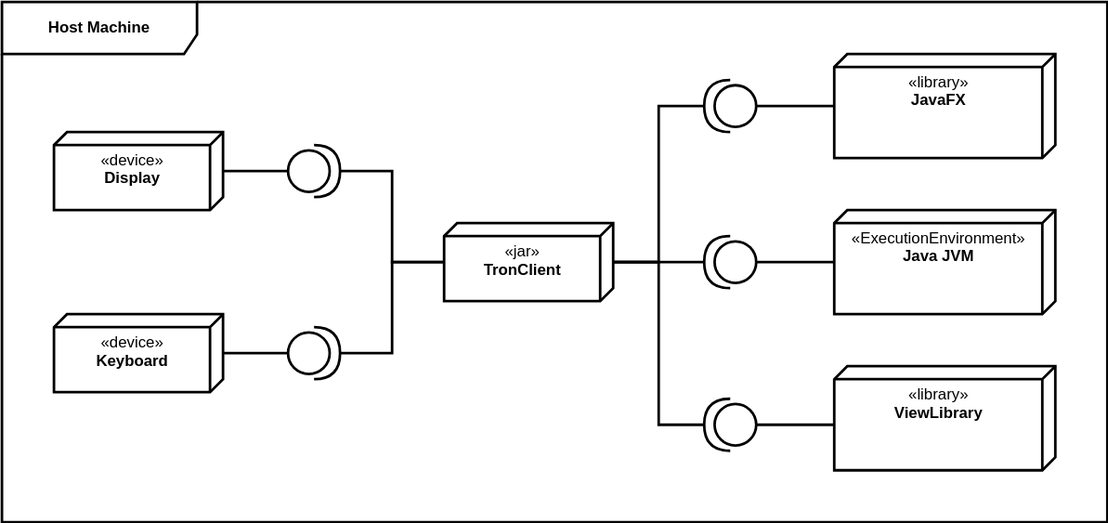
The draw.io diagram docs/diagrams/application/TechnicalContext.drawio.svg in HaniAlshikh/tron, before a commit. Source tidied: cells renumbered, new cells last; positions are measured from the earlier drawing's top-left corner, leaving out a move shared by most shapes. The source it was exported from:
```xml
<mxGraphModel background="#ffffff">
  <root>
    <mxCell id="0" />
    <mxCell id="1" parent="0" />
    <mxCell id="2" value="&lt;b&gt;Host Machine&lt;/b&gt;" style="shape=umlFrame;whiteSpace=wrap;html=1;fontFamily=Helvetica;strokeWidth=2;align=center;verticalAlign=middle;width=150;height=40;" parent="1" vertex="1">
      <mxGeometry width="850" height="400" as="geometry" />
    </mxCell>
    <mxCell id="3" style="edgeStyle=orthogonalEdgeStyle;rounded=0;jettySize=auto;html=1;entryX=0;entryY=0.5;entryDx=0;entryDy=0;entryPerimeter=0;fontFamily=Helvetica;fontSize=12;endArrow=none;endFill=0;strokeWidth=2;" parent="1" edge="1" source="4" target="23">
      <mxGeometry relative="1" as="geometry" />
    </mxCell>
    <mxCell id="4" value="«device»&lt;br&gt;&lt;b&gt;Keyboard&lt;/b&gt;" style="verticalAlign=top;align=center;spacingTop=8;spacingLeft=2;spacingRight=12;shape=cube;size=10;direction=south;fontStyle=0;html=1;strokeWidth=2;" parent="1" vertex="1">
      <mxGeometry x="40" y="240" width="130" height="60" as="geometry" />
    </mxCell>
    <mxCell id="5" style="edgeStyle=orthogonalEdgeStyle;rounded=0;jettySize=auto;html=1;entryX=0;entryY=0.5;entryDx=0;entryDy=0;entryPerimeter=0;fontFamily=Helvetica;fontSize=12;endArrow=none;endFill=0;strokeWidth=2;" parent="1" edge="1" source="6" target="22">
      <mxGeometry relative="1" as="geometry" />
    </mxCell>
    <mxCell id="6" value="«device»&lt;br&gt;&lt;b&gt;Display&lt;/b&gt;" style="verticalAlign=top;align=center;spacingTop=8;spacingLeft=2;spacingRight=12;shape=cube;size=10;direction=south;fontStyle=0;html=1;strokeWidth=2;" parent="1" vertex="1">
      <mxGeometry x="40" y="100" width="130" height="60" as="geometry" />
    </mxCell>
    <mxCell id="7" style="edgeStyle=orthogonalEdgeStyle;rounded=0;jettySize=auto;html=1;entryX=0;entryY=0.5;entryDx=0;entryDy=0;entryPerimeter=0;fontFamily=Helvetica;fontSize=12;endArrow=none;endFill=0;strokeWidth=2;" parent="1" edge="1" source="8" target="19">
      <mxGeometry relative="1" as="geometry" />
    </mxCell>
    <mxCell id="8" value="«ExecutionEnvironment»&lt;br&gt;&lt;b&gt;Java JVM&lt;/b&gt;" style="verticalAlign=top;align=center;spacingTop=8;spacingLeft=2;spacingRight=12;shape=cube;size=10;direction=south;fontStyle=0;html=1;strokeWidth=2;" parent="1" vertex="1">
      <mxGeometry x="640" y="160" width="170" height="80" as="geometry" />
    </mxCell>
    <mxCell id="9" style="edgeStyle=orthogonalEdgeStyle;rounded=0;jettySize=auto;html=1;entryX=0;entryY=0.5;entryDx=0;entryDy=0;entryPerimeter=0;fontFamily=Helvetica;fontSize=12;endArrow=none;endFill=0;strokeWidth=2;" parent="1" edge="1" source="10" target="18">
      <mxGeometry relative="1" as="geometry" />
    </mxCell>
    <mxCell id="10" value="«library»&lt;br&gt;&lt;b&gt;JavaFX&lt;/b&gt;" style="verticalAlign=top;align=center;spacingTop=8;spacingLeft=2;spacingRight=12;shape=cube;size=10;direction=south;fontStyle=0;html=1;strokeWidth=2;" parent="1" vertex="1">
      <mxGeometry x="640" y="40" width="170" height="80" as="geometry" />
    </mxCell>
    <mxCell id="11" value="«library»&lt;br&gt;&lt;b&gt;ViewLibrary&lt;/b&gt;" style="verticalAlign=top;align=center;spacingTop=8;spacingLeft=2;spacingRight=12;shape=cube;size=10;direction=south;fontStyle=0;html=1;strokeWidth=2;" parent="1" vertex="1">
      <mxGeometry x="640" y="280" width="170" height="80" as="geometry" />
    </mxCell>
    <mxCell id="12" style="edgeStyle=orthogonalEdgeStyle;rounded=0;jettySize=auto;html=1;entryX=1;entryY=0.5;entryDx=0;entryDy=0;entryPerimeter=0;fontFamily=Helvetica;fontSize=12;endArrow=none;endFill=0;strokeWidth=2;" parent="1" edge="1" source="17" target="22">
      <mxGeometry relative="1" as="geometry" />
    </mxCell>
    <mxCell id="13" style="edgeStyle=orthogonalEdgeStyle;rounded=0;jettySize=auto;html=1;entryX=1;entryY=0.5;entryDx=0;entryDy=0;entryPerimeter=0;fontFamily=Helvetica;fontSize=12;endArrow=none;endFill=0;strokeWidth=2;" parent="1" edge="1" source="17" target="23">
      <mxGeometry relative="1" as="geometry" />
    </mxCell>
    <mxCell id="14" style="edgeStyle=orthogonalEdgeStyle;rounded=0;jettySize=auto;html=1;entryX=1;entryY=0.5;entryDx=0;entryDy=0;entryPerimeter=0;fontFamily=Helvetica;fontSize=12;endArrow=none;endFill=0;strokeWidth=2;" parent="1" edge="1" source="17" target="18">
      <mxGeometry relative="1" as="geometry" />
    </mxCell>
    <mxCell id="15" style="edgeStyle=orthogonalEdgeStyle;rounded=0;jettySize=auto;html=1;entryX=1;entryY=0.5;entryDx=0;entryDy=0;entryPerimeter=0;fontFamily=Helvetica;fontSize=12;endArrow=none;endFill=0;strokeWidth=2;" parent="1" edge="1" source="17" target="19">
      <mxGeometry relative="1" as="geometry" />
    </mxCell>
    <mxCell id="16" style="edgeStyle=orthogonalEdgeStyle;rounded=0;jettySize=auto;html=1;entryX=1;entryY=0.5;entryDx=0;entryDy=0;entryPerimeter=0;fontFamily=Helvetica;fontSize=12;endArrow=none;endFill=0;strokeWidth=2;" parent="1" edge="1" source="17" target="21">
      <mxGeometry relative="1" as="geometry" />
    </mxCell>
    <mxCell id="17" value="«jar»&lt;br&gt;&lt;b&gt;TronClient&lt;/b&gt;" style="verticalAlign=top;align=center;spacingTop=8;spacingLeft=2;spacingRight=12;shape=cube;size=10;direction=south;fontStyle=0;html=1;strokeWidth=2;" parent="1" vertex="1">
      <mxGeometry x="340" y="170" width="130" height="60" as="geometry" />
    </mxCell>
    <mxCell id="18" style="shape=providedRequiredInterface;html=1;verticalLabelPosition=bottom;sketch=0;fontFamily=Helvetica;fontSize=12;strokeWidth=2;align=center;verticalAlign=middle;rotation=-180;" parent="1" vertex="1">
      <mxGeometry x="540" y="60" width="40" height="40" as="geometry" />
    </mxCell>
    <mxCell id="19" style="shape=providedRequiredInterface;html=1;verticalLabelPosition=bottom;sketch=0;fontFamily=Helvetica;fontSize=12;strokeWidth=2;align=center;verticalAlign=middle;rotation=-180;" parent="1" vertex="1">
      <mxGeometry x="540" y="180" width="40" height="40" as="geometry" />
    </mxCell>
    <mxCell id="20" style="edgeStyle=orthogonalEdgeStyle;rounded=0;jettySize=auto;html=1;entryX=0;entryY=0;entryDx=45;entryDy=170;entryPerimeter=0;fontFamily=Helvetica;fontSize=12;endArrow=none;endFill=0;strokeWidth=2;" parent="1" edge="1" source="21" target="11">
      <mxGeometry relative="1" as="geometry" />
    </mxCell>
    <mxCell id="21" style="shape=providedRequiredInterface;html=1;verticalLabelPosition=bottom;sketch=0;fontFamily=Helvetica;fontSize=12;strokeWidth=2;align=center;verticalAlign=middle;rotation=-180;" parent="1" vertex="1">
      <mxGeometry x="540" y="305" width="40" height="40" as="geometry" />
    </mxCell>
    <mxCell id="22" style="shape=providedRequiredInterface;html=1;verticalLabelPosition=bottom;sketch=0;fontFamily=Helvetica;fontSize=12;strokeWidth=2;align=center;verticalAlign=middle;rotation=0;" parent="1" vertex="1">
      <mxGeometry x="220" y="110" width="40" height="40" as="geometry" />
    </mxCell>
    <mxCell id="23" style="shape=providedRequiredInterface;html=1;verticalLabelPosition=bottom;sketch=0;fontFamily=Helvetica;fontSize=12;strokeWidth=2;align=center;verticalAlign=middle;rotation=0;" parent="1" vertex="1">
      <mxGeometry x="220" y="250" width="40" height="40" as="geometry" />
    </mxCell>
  </root>
</mxGraphModel>
```
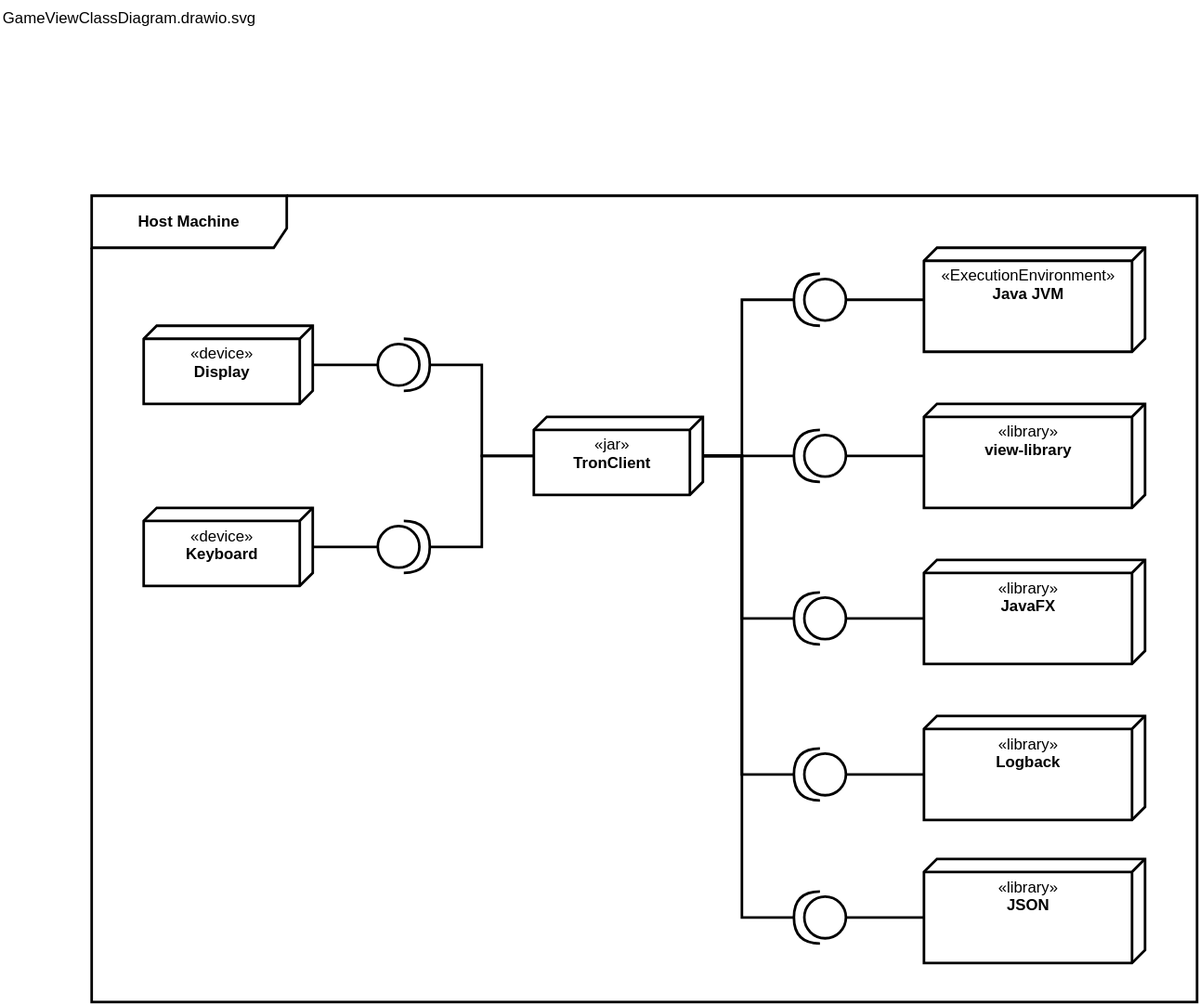
Later version of the same file.

Commit message:
Reworked Application Docs and added more Diagrams

The edit, as a diff of the source:
```diff
@@ -3,7 +3,7 @@
     <mxCell id="0" />
     <mxCell id="1" parent="0" />
     <mxCell id="2" value="&lt;b&gt;Host Machine&lt;/b&gt;" style="shape=umlFrame;whiteSpace=wrap;html=1;fontFamily=Helvetica;strokeWidth=2;align=center;verticalAlign=middle;width=150;height=40;" parent="1" vertex="1">
-      <mxGeometry width="850" height="400" as="geometry" />
+      <mxGeometry width="850" height="620" as="geometry" />
     </mxCell>
     <mxCell id="3" style="edgeStyle=orthogonalEdgeStyle;rounded=0;jettySize=auto;html=1;entryX=0;entryY=0.5;entryDx=0;entryDy=0;entryPerimeter=0;fontFamily=Helvetica;fontSize=12;endArrow=none;endFill=0;strokeWidth=2;" parent="1" edge="1" source="4" target="23">
       <mxGeometry relative="1" as="geometry" />
@@ -20,16 +20,16 @@
     <mxCell id="7" style="edgeStyle=orthogonalEdgeStyle;rounded=0;jettySize=auto;html=1;entryX=0;entryY=0.5;entryDx=0;entryDy=0;entryPerimeter=0;fontFamily=Helvetica;fontSize=12;endArrow=none;endFill=0;strokeWidth=2;" parent="1" edge="1" source="8" target="19">
       <mxGeometry relative="1" as="geometry" />
     </mxCell>
-    <mxCell id="8" value="«ExecutionEnvironment»&lt;br&gt;&lt;b&gt;Java JVM&lt;/b&gt;" style="verticalAlign=top;align=center;spacingTop=8;spacingLeft=2;spacingRight=12;shape=cube;size=10;direction=south;fontStyle=0;html=1;strokeWidth=2;" parent="1" vertex="1">
+    <mxCell id="8" value="«library»&lt;br&gt;&lt;b&gt;view-library&lt;/b&gt;" style="verticalAlign=top;align=center;spacingTop=8;spacingLeft=2;spacingRight=12;shape=cube;size=10;direction=south;fontStyle=0;html=1;strokeWidth=2;" parent="1" vertex="1">
       <mxGeometry x="640" y="160" width="170" height="80" as="geometry" />
     </mxCell>
     <mxCell id="9" style="edgeStyle=orthogonalEdgeStyle;rounded=0;jettySize=auto;html=1;entryX=0;entryY=0.5;entryDx=0;entryDy=0;entryPerimeter=0;fontFamily=Helvetica;fontSize=12;endArrow=none;endFill=0;strokeWidth=2;" parent="1" edge="1" source="10" target="18">
       <mxGeometry relative="1" as="geometry" />
     </mxCell>
-    <mxCell id="10" value="«library»&lt;br&gt;&lt;b&gt;JavaFX&lt;/b&gt;" style="verticalAlign=top;align=center;spacingTop=8;spacingLeft=2;spacingRight=12;shape=cube;size=10;direction=south;fontStyle=0;html=1;strokeWidth=2;" parent="1" vertex="1">
+    <mxCell id="10" value="«ExecutionEnvironment»&lt;br&gt;&lt;b&gt;Java JVM&lt;/b&gt;" style="verticalAlign=top;align=center;spacingTop=8;spacingLeft=2;spacingRight=12;shape=cube;size=10;direction=south;fontStyle=0;html=1;strokeWidth=2;" parent="1" vertex="1">
       <mxGeometry x="640" y="40" width="170" height="80" as="geometry" />
     </mxCell>
-    <mxCell id="11" value="«library»&lt;br&gt;&lt;b&gt;ViewLibrary&lt;/b&gt;" style="verticalAlign=top;align=center;spacingTop=8;spacingLeft=2;spacingRight=12;shape=cube;size=10;direction=south;fontStyle=0;html=1;strokeWidth=2;" parent="1" vertex="1">
+    <mxCell id="11" value="«library»&lt;br&gt;&lt;b&gt;JavaFX&lt;/b&gt;" style="verticalAlign=top;align=center;spacingTop=8;spacingLeft=2;spacingRight=12;shape=cube;size=10;direction=south;fontStyle=0;html=1;strokeWidth=2;" parent="1" vertex="1">
       <mxGeometry x="640" y="280" width="170" height="80" as="geometry" />
     </mxCell>
     <mxCell id="12" style="edgeStyle=orthogonalEdgeStyle;rounded=0;jettySize=auto;html=1;entryX=1;entryY=0.5;entryDx=0;entryDy=0;entryPerimeter=0;fontFamily=Helvetica;fontSize=12;endArrow=none;endFill=0;strokeWidth=2;" parent="1" edge="1" source="17" target="22">
@@ -39,13 +39,23 @@
       <mxGeometry relative="1" as="geometry" />
     </mxCell>
     <mxCell id="14" style="edgeStyle=orthogonalEdgeStyle;rounded=0;jettySize=auto;html=1;entryX=1;entryY=0.5;entryDx=0;entryDy=0;entryPerimeter=0;fontFamily=Helvetica;fontSize=12;endArrow=none;endFill=0;strokeWidth=2;" parent="1" edge="1" source="17" target="18">
-      <mxGeometry relative="1" as="geometry" />
+      <mxGeometry relative="1" as="geometry">
+        <Array as="points">
+          <mxPoint x="500" y="200" />
+          <mxPoint x="500" y="80" />
+        </Array>
+      </mxGeometry>
     </mxCell>
     <mxCell id="15" style="edgeStyle=orthogonalEdgeStyle;rounded=0;jettySize=auto;html=1;entryX=1;entryY=0.5;entryDx=0;entryDy=0;entryPerimeter=0;fontFamily=Helvetica;fontSize=12;endArrow=none;endFill=0;strokeWidth=2;" parent="1" edge="1" source="17" target="19">
       <mxGeometry relative="1" as="geometry" />
     </mxCell>
     <mxCell id="16" style="edgeStyle=orthogonalEdgeStyle;rounded=0;jettySize=auto;html=1;entryX=1;entryY=0.5;entryDx=0;entryDy=0;entryPerimeter=0;fontFamily=Helvetica;fontSize=12;endArrow=none;endFill=0;strokeWidth=2;" parent="1" edge="1" source="17" target="21">
-      <mxGeometry relative="1" as="geometry" />
+      <mxGeometry relative="1" as="geometry">
+        <Array as="points">
+          <mxPoint x="500" y="200" />
+          <mxPoint x="500" y="325" />
+        </Array>
+      </mxGeometry>
     </mxCell>
     <mxCell id="17" value="«jar»&lt;br&gt;&lt;b&gt;TronClient&lt;/b&gt;" style="verticalAlign=top;align=center;spacingTop=8;spacingLeft=2;spacingRight=12;shape=cube;size=10;direction=south;fontStyle=0;html=1;strokeWidth=2;" parent="1" vertex="1">
       <mxGeometry x="340" y="170" width="130" height="60" as="geometry" />
@@ -68,5 +78,43 @@
     <mxCell id="23" style="shape=providedRequiredInterface;html=1;verticalLabelPosition=bottom;sketch=0;fontFamily=Helvetica;fontSize=12;strokeWidth=2;align=center;verticalAlign=middle;rotation=0;" parent="1" vertex="1">
       <mxGeometry x="220" y="250" width="40" height="40" as="geometry" />
     </mxCell>
+    <mxCell id="24" value="«library»&lt;br&gt;&lt;b&gt;Logback&lt;/b&gt;" style="verticalAlign=top;align=center;spacingTop=8;spacingLeft=2;spacingRight=12;shape=cube;size=10;direction=south;fontStyle=0;html=1;strokeWidth=2;" parent="1" vertex="1">
+      <mxGeometry x="640" y="400" width="170" height="80" as="geometry" />
+    </mxCell>
+    <mxCell id="25" style="edgeStyle=orthogonalEdgeStyle;html=1;strokeWidth=2;endArrow=none;endFill=0;rounded=0;" parent="1" edge="1" source="27">
+      <mxGeometry relative="1" as="geometry">
+        <mxPoint x="470" y="200" as="targetPoint" />
+        <Array as="points">
+          <mxPoint x="500" y="445" />
+          <mxPoint x="500" y="200" />
+        </Array>
+      </mxGeometry>
+    </mxCell>
+    <mxCell id="26" style="edgeStyle=orthogonalEdgeStyle;rounded=0;html=1;entryX=0;entryY=0;entryDx=45;entryDy=170;entryPerimeter=0;endArrow=none;endFill=0;strokeWidth=2;" parent="1" edge="1" source="27" target="24">
+      <mxGeometry relative="1" as="geometry" />
+    </mxCell>
+    <mxCell id="27" style="shape=providedRequiredInterface;html=1;verticalLabelPosition=bottom;sketch=0;fontFamily=Helvetica;fontSize=12;strokeWidth=2;align=center;verticalAlign=middle;rotation=-180;" parent="1" vertex="1">
+      <mxGeometry x="540" y="425" width="40" height="40" as="geometry" />
+    </mxCell>
+    <mxCell id="28" value="«library»&lt;br&gt;&lt;b&gt;JSON&lt;/b&gt;" style="verticalAlign=top;align=center;spacingTop=8;spacingLeft=2;spacingRight=12;shape=cube;size=10;direction=south;fontStyle=0;html=1;strokeWidth=2;" parent="1" vertex="1">
+      <mxGeometry x="640" y="510" width="170" height="80" as="geometry" />
+    </mxCell>
+    <mxCell id="29" style="edgeStyle=orthogonalEdgeStyle;rounded=0;html=1;entryX=0.5;entryY=0;entryDx=0;entryDy=0;entryPerimeter=0;endArrow=none;endFill=0;strokeWidth=2;" parent="1" edge="1" source="31" target="17">
+      <mxGeometry relative="1" as="geometry">
+        <Array as="points">
+          <mxPoint x="500" y="555" />
+          <mxPoint x="500" y="200" />
+        </Array>
+      </mxGeometry>
+    </mxCell>
+    <mxCell id="30" style="edgeStyle=orthogonalEdgeStyle;rounded=0;html=1;entryX=0;entryY=0;entryDx=45;entryDy=170;entryPerimeter=0;endArrow=none;endFill=0;strokeWidth=2;" parent="1" edge="1" source="31" target="28">
+      <mxGeometry relative="1" as="geometry" />
+    </mxCell>
+    <mxCell id="31" style="shape=providedRequiredInterface;html=1;verticalLabelPosition=bottom;sketch=0;fontFamily=Helvetica;fontSize=12;strokeWidth=2;align=center;verticalAlign=middle;rotation=-180;" parent="1" vertex="1">
+      <mxGeometry x="540" y="535" width="40" height="40" as="geometry" />
+    </mxCell>
+    <mxCell id="32" value="GameViewClassDiagram.drawio.svg" style="text;html=1;" parent="1" vertex="1">
+      <mxGeometry x="-70" y="-150" width="210" height="20" as="geometry" />
+    </mxCell>
   </root>
 </mxGraphModel>
```
